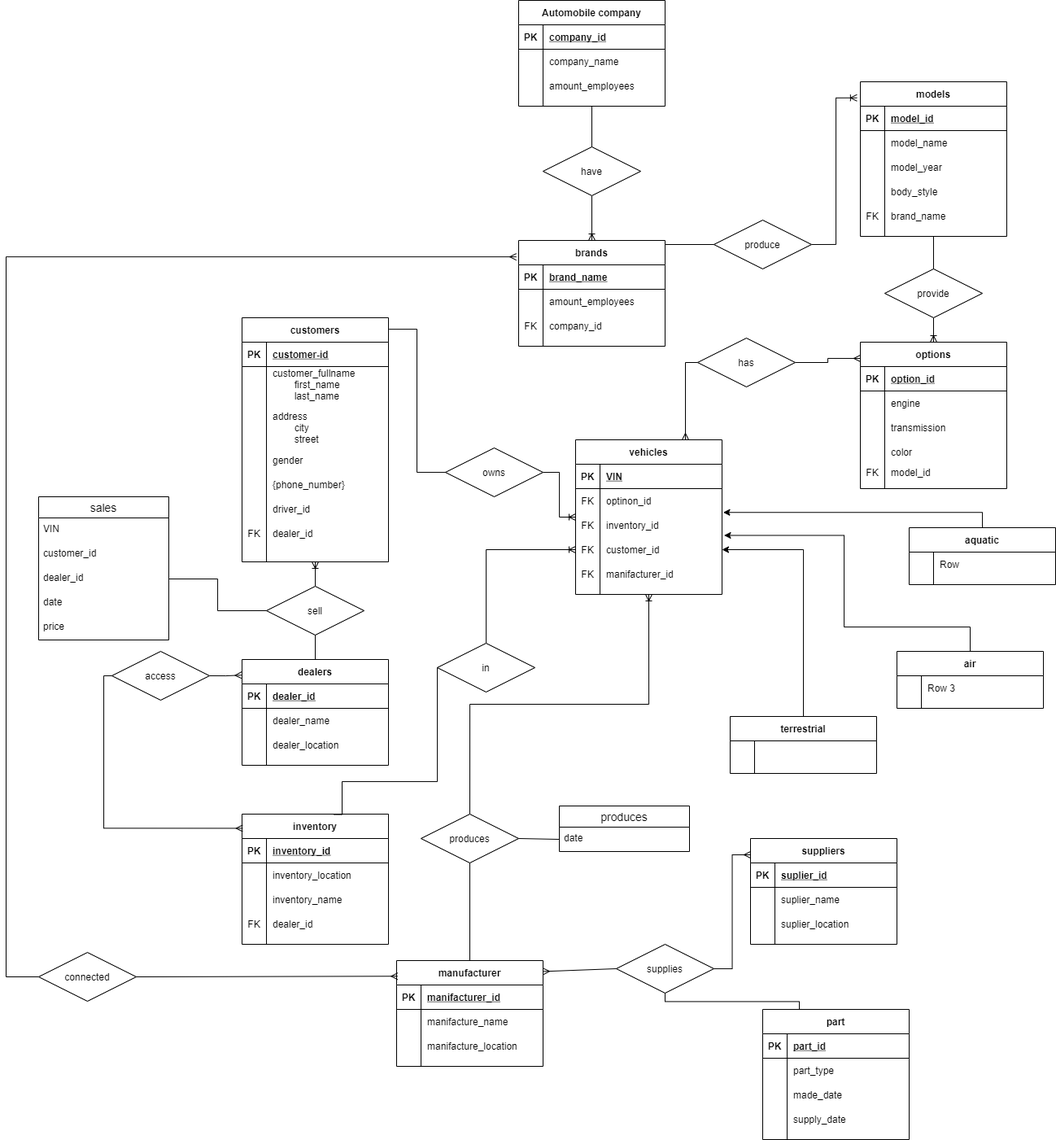
Above: Project/Project.drawio.png in dari-kayoo/Database (draw.io), before the change. Source tidied: cells renumbered, new cells last; positions are measured from the earlier drawing's top-left corner, leaving out a move shared by most shapes.
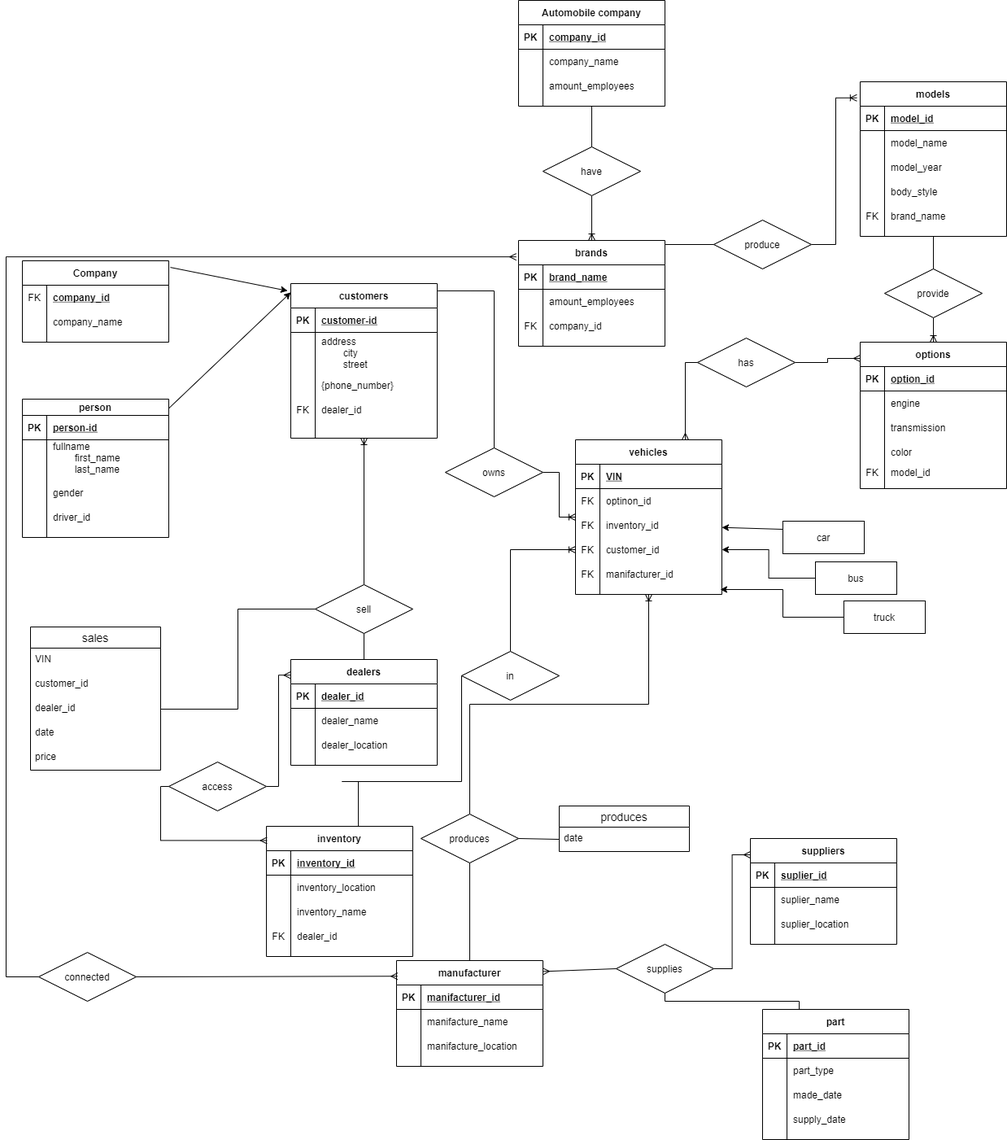
Later version of the same file.

The edit, as a diff of the source:
```diff
@@ -177,7 +177,7 @@
       <mxGeometry x="30" width="150" height="20" as="geometry" />
     </mxCell>
     <mxCell id="60" value="dealers" style="shape=table;startSize=30;rowLines=0;fontStyle=1;align=center;" parent="1" vertex="1">
-      <mxGeometry x="290" y="810" width="180" height="130" as="geometry" />
+      <mxGeometry x="350" y="810" width="180" height="130" as="geometry" />
     </mxCell>
     <mxCell id="61" style="shape=partialRectangle;fillColor=none;top=0;left=0;bottom=1;right=0;" parent="60" vertex="1">
       <mxGeometry y="30" width="180" height="30" as="geometry" />
@@ -207,7 +207,7 @@
       <mxGeometry x="30" width="150" height="30" as="geometry" />
     </mxCell>
     <mxCell id="70" value="customers" style="shape=table;startSize=30;rowLines=0;fontStyle=1;align=center;" parent="1" vertex="1">
-      <mxGeometry x="290" y="390" width="180" height="300" as="geometry" />
+      <mxGeometry x="350" y="348" width="180" height="190" as="geometry" />
     </mxCell>
     <mxCell id="71" style="shape=partialRectangle;fillColor=none;top=0;left=0;bottom=1;right=0;" parent="70" vertex="1">
       <mxGeometry y="30" width="180" height="30" as="geometry" />
@@ -218,17 +218,8 @@
     <mxCell id="73" value="customer-id" style="shape=partialRectangle;fillColor=none;top=0;left=0;bottom=0;right=0;align=left;spacingLeft=6;fontStyle=5;overflow=hidden;" parent="71" vertex="1">
       <mxGeometry x="30" width="150" height="30" as="geometry" />
     </mxCell>
-    <mxCell id="74" style="shape=partialRectangle;fillColor=none;top=0;left=0;bottom=0;right=0;" parent="70" vertex="1">
-      <mxGeometry y="60" width="180" height="50" as="geometry" />
-    </mxCell>
-    <mxCell id="75" style="shape=partialRectangle;fillColor=none;top=0;left=0;bottom=0;right=0;overflow=hidden;" parent="74" vertex="1">
-      <mxGeometry width="30" height="50" as="geometry" />
-    </mxCell>
-    <mxCell id="76" value="customer_fullname&#10;        first_name&#10;        last_name&#10;" style="shape=partialRectangle;fillColor=none;top=0;left=0;bottom=0;right=0;align=left;spacingLeft=6;overflow=hidden;" parent="74" vertex="1">
-      <mxGeometry x="30" width="150" height="50" as="geometry" />
-    </mxCell>
     <mxCell id="77" style="shape=partialRectangle;fillColor=none;top=0;left=0;bottom=0;right=0;" parent="70" vertex="1">
-      <mxGeometry y="110" width="180" height="50" as="geometry" />
+      <mxGeometry y="60" width="180" height="50" as="geometry" />
     </mxCell>
     <mxCell id="78" style="shape=partialRectangle;fillColor=none;top=0;left=0;bottom=0;right=0;overflow=hidden;" parent="77" vertex="1">
       <mxGeometry width="30" height="50" as="geometry" />
@@ -236,17 +227,8 @@
     <mxCell id="79" value="address&#10;        city&#10;        street" style="shape=partialRectangle;fillColor=none;top=0;left=0;bottom=0;right=0;align=left;spacingLeft=6;overflow=hidden;" parent="77" vertex="1">
       <mxGeometry x="30" width="150" height="50" as="geometry" />
     </mxCell>
-    <mxCell id="80" style="shape=partialRectangle;fillColor=none;top=0;left=0;bottom=0;right=0;" parent="70" vertex="1">
-      <mxGeometry y="160" width="180" height="30" as="geometry" />
-    </mxCell>
-    <mxCell id="81" style="shape=partialRectangle;fillColor=none;top=0;left=0;bottom=0;right=0;overflow=hidden;" parent="80" vertex="1">
-      <mxGeometry width="30" height="30" as="geometry" />
-    </mxCell>
-    <mxCell id="82" value="gender" style="shape=partialRectangle;fillColor=none;top=0;left=0;bottom=0;right=0;align=left;spacingLeft=6;overflow=hidden;" parent="80" vertex="1">
-      <mxGeometry x="30" width="150" height="30" as="geometry" />
-    </mxCell>
     <mxCell id="83" style="shape=partialRectangle;fillColor=none;top=0;left=0;bottom=0;right=0;" parent="70" vertex="1">
-      <mxGeometry y="190" width="180" height="30" as="geometry" />
+      <mxGeometry y="110" width="180" height="30" as="geometry" />
     </mxCell>
     <mxCell id="84" style="shape=partialRectangle;fillColor=none;top=0;left=0;bottom=0;right=0;overflow=hidden;" parent="83" vertex="1">
       <mxGeometry width="30" height="30" as="geometry" />
@@ -254,17 +236,8 @@
     <mxCell id="85" value="{phone_number}" style="shape=partialRectangle;fillColor=none;top=0;left=0;bottom=0;right=0;align=left;spacingLeft=6;overflow=hidden;" parent="83" vertex="1">
       <mxGeometry x="30" width="150" height="30" as="geometry" />
     </mxCell>
-    <mxCell id="86" style="shape=partialRectangle;fillColor=none;top=0;left=0;bottom=0;right=0;" parent="70" vertex="1">
-      <mxGeometry y="220" width="180" height="30" as="geometry" />
-    </mxCell>
-    <mxCell id="87" style="shape=partialRectangle;fillColor=none;top=0;left=0;bottom=0;right=0;overflow=hidden;" parent="86" vertex="1">
-      <mxGeometry width="30" height="30" as="geometry" />
-    </mxCell>
-    <mxCell id="88" value="driver_id" style="shape=partialRectangle;fillColor=none;top=0;left=0;bottom=0;right=0;align=left;spacingLeft=6;overflow=hidden;" parent="86" vertex="1">
-      <mxGeometry x="30" width="150" height="30" as="geometry" />
-    </mxCell>
     <mxCell id="89" style="shape=partialRectangle;fillColor=none;top=0;left=0;bottom=0;right=0;" parent="70" vertex="1">
-      <mxGeometry y="250" width="180" height="30" as="geometry" />
+      <mxGeometry y="140" width="180" height="30" as="geometry" />
     </mxCell>
     <mxCell id="90" value="FK" style="shape=partialRectangle;fillColor=none;top=0;left=0;bottom=0;right=0;fontStyle=0;overflow=hidden;" parent="89" vertex="1">
       <mxGeometry width="30" height="30" as="geometry" />
@@ -413,7 +386,7 @@
       <mxGeometry relative="1" as="geometry" />
     </mxCell>
     <mxCell id="138" value="sell" style="shape=rhombus;perimeter=rhombusPerimeter;whiteSpace=wrap;html=1;align=center;" parent="1" vertex="1">
-      <mxGeometry x="320" y="720" width="120" height="60" as="geometry" />
+      <mxGeometry x="380" y="718" width="120" height="60" as="geometry" />
     </mxCell>
     <mxCell id="139" style="fontSize=12;html=1;endArrow=none;rounded=0;exitX=0.5;exitY=0;exitDx=0;exitDy=0;entryX=0.5;entryY=1;entryDx=0;entryDy=0;" parent="1" edge="1" source="60" target="138">
       <mxGeometry relative="1" as="geometry" />
@@ -451,7 +424,7 @@
       <mxGeometry relative="1" as="geometry" />
     </mxCell>
     <mxCell id="149" value="inventory" style="shape=table;startSize=30;rowLines=0;fontStyle=1;align=center;" parent="1" vertex="1">
-      <mxGeometry x="290" y="1000" width="180" height="160" as="geometry" />
+      <mxGeometry x="320" y="1015" width="180" height="160" as="geometry" />
     </mxCell>
     <mxCell id="150" style="shape=partialRectangle;fillColor=none;top=0;left=0;bottom=1;right=0;" parent="149" vertex="1">
       <mxGeometry y="30" width="180" height="30" as="geometry" />
@@ -493,7 +466,7 @@
       <mxGeometry relative="1" as="geometry" />
     </mxCell>
     <mxCell id="163" value="in" style="shape=rhombus;perimeter=rhombusPerimeter;whiteSpace=wrap;html=1;align=center;" parent="1" vertex="1">
-      <mxGeometry x="530" y="790" width="120" height="60" as="geometry" />
+      <mxGeometry x="560" y="800" width="120" height="60" as="geometry" />
     </mxCell>
     <mxCell id="164" style="edgeStyle=orthogonalEdgeStyle;fontSize=12;html=1;endArrow=none;rounded=0;entryX=0;entryY=0.5;entryDx=0;entryDy=0;exitX=0.628;exitY=0.003;exitDx=0;exitDy=0;exitPerimeter=0;" parent="1" edge="1" source="149" target="163">
       <mxGeometry relative="1" as="geometry">
@@ -507,7 +480,7 @@
       <mxGeometry relative="1" as="geometry" />
     </mxCell>
     <mxCell id="166" value="access" style="shape=rhombus;perimeter=rhombusPerimeter;whiteSpace=wrap;html=1;align=center;" parent="1" vertex="1">
-      <mxGeometry x="130" y="800" width="120" height="60" as="geometry" />
+      <mxGeometry x="200" y="936" width="120" height="60" as="geometry" />
     </mxCell>
     <mxCell id="167" style="edgeStyle=orthogonalEdgeStyle;fontSize=12;html=1;endArrow=none;startArrow=ERmany;rounded=0;entryX=0;entryY=0.5;entryDx=0;entryDy=0;exitX=0.004;exitY=0.109;exitDx=0;exitDy=0;exitPerimeter=0;" parent="1" edge="1" source="149" target="166">
       <mxGeometry relative="1" as="geometry" />
@@ -564,7 +537,7 @@
       <mxGeometry relative="1" as="geometry" />
     </mxCell>
     <mxCell id="185" value="sales" style="swimlane;fontStyle=0;horizontal=1;startSize=26;align=center;fontSize=14;" parent="1" vertex="1">
-      <mxGeometry x="40" y="610" width="160" height="176" as="geometry" />
+      <mxGeometry x="30" y="770" width="160" height="176" as="geometry" />
     </mxCell>
     <mxCell id="186" value="VIN" style="text;strokeColor=none;fillColor=none;spacingLeft=4;spacingRight=4;overflow=hidden;fontSize=12;" parent="185" vertex="1">
       <mxGeometry y="26" width="160" height="30" as="geometry" />
@@ -584,60 +557,89 @@
     <mxCell id="191" style="endArrow=none;html=1;rounded=0;elbow=vertical;exitX=1;exitY=0.5;exitDx=0;exitDy=0;entryX=0;entryY=0.5;entryDx=0;entryDy=0;edgeStyle=orthogonalEdgeStyle;" parent="1" edge="1" source="188" target="138">
       <mxGeometry relative="1" as="geometry" />
     </mxCell>
-    <mxCell id="192" style="edgeStyle=orthogonalEdgeStyle;rounded=0;jettySize=auto;html=1;exitX=0.5;exitY=0;exitDx=0;exitDy=0;entryX=1.008;entryY=-0.025;entryDx=0;entryDy=0;entryPerimeter=0;" parent="1" edge="1" source="193" target="9">
-      <mxGeometry relative="1" as="geometry">
-        <Array as="points">
-          <mxPoint x="1200" y="629" />
-        </Array>
-      </mxGeometry>
-    </mxCell>
-    <mxCell id="193" value="aquatic" style="shape=table;startSize=30;rowLines=0;fontStyle=1;align=center;" parent="1" vertex="1">
-      <mxGeometry x="1110" y="648" width="180" height="70" as="geometry" />
-    </mxCell>
-    <mxCell id="194" style="shape=partialRectangle;fillColor=none;top=0;left=0;bottom=0;right=0;" parent="193" vertex="1">
-      <mxGeometry y="30" width="180" height="30" as="geometry" />
-    </mxCell>
-    <mxCell id="195" style="shape=partialRectangle;fillColor=none;top=0;left=0;bottom=0;right=0;overflow=hidden;" parent="194" vertex="1">
-      <mxGeometry width="30" height="30" as="geometry" />
-    </mxCell>
-    <mxCell id="196" value="Row" style="shape=partialRectangle;fillColor=none;top=0;left=0;bottom=0;right=0;align=left;spacingLeft=6;overflow=hidden;" parent="194" vertex="1">
-      <mxGeometry x="30" width="150" height="30" as="geometry" />
-    </mxCell>
-    <mxCell id="197" style="edgeStyle=orthogonalEdgeStyle;rounded=0;jettySize=auto;html=1;exitX=0.5;exitY=0;exitDx=0;exitDy=0;entryX=1;entryY=0.5;entryDx=0;entryDy=0;" parent="1" edge="1" source="198" target="12">
-      <mxGeometry relative="1" as="geometry" />
-    </mxCell>
-    <mxCell id="198" value="terrestrial" style="shape=table;startSize=30;rowLines=0;fontStyle=1;align=center;" parent="1" vertex="1">
-      <mxGeometry x="890" y="880" width="180" height="70" as="geometry" />
-    </mxCell>
-    <mxCell id="199" style="shape=partialRectangle;fillColor=none;top=0;left=0;bottom=0;right=0;" parent="198" vertex="1">
-      <mxGeometry y="30" width="180" height="30" as="geometry" />
-    </mxCell>
-    <mxCell id="200" style="shape=partialRectangle;fillColor=none;top=0;left=0;bottom=0;right=0;overflow=hidden;" parent="199" vertex="1">
-      <mxGeometry width="30" height="30" as="geometry" />
-    </mxCell>
-    <mxCell id="201" style="shape=partialRectangle;fillColor=none;top=0;left=0;bottom=0;right=0;align=left;spacingLeft=6;overflow=hidden;" parent="199" vertex="1">
-      <mxGeometry x="30" width="150" height="30" as="geometry" />
-    </mxCell>
-    <mxCell id="202" style="edgeStyle=orthogonalEdgeStyle;rounded=0;jettySize=auto;html=1;exitX=0.5;exitY=0;exitDx=0;exitDy=0;entryX=1.014;entryY=-0.084;entryDx=0;entryDy=0;entryPerimeter=0;" parent="1" edge="1" source="203" target="12">
-      <mxGeometry relative="1" as="geometry">
-        <Array as="points">
-          <mxPoint x="1185" y="770" />
-          <mxPoint x="1030" y="770" />
-          <mxPoint x="1030" y="657" />
-        </Array>
-      </mxGeometry>
-    </mxCell>
-    <mxCell id="203" value="air" style="shape=table;startSize=30;rowLines=0;fontStyle=1;align=center;" parent="1" vertex="1">
-      <mxGeometry x="1095" y="800" width="180" height="70" as="geometry" />
-    </mxCell>
-    <mxCell id="204" style="shape=partialRectangle;fillColor=none;top=0;left=0;bottom=0;right=0;" parent="203" vertex="1">
-      <mxGeometry y="30" width="180" height="30" as="geometry" />
-    </mxCell>
-    <mxCell id="205" style="shape=partialRectangle;fillColor=none;top=0;left=0;bottom=0;right=0;overflow=hidden;" parent="204" vertex="1">
-      <mxGeometry width="30" height="30" as="geometry" />
-    </mxCell>
-    <mxCell id="206" value="Row 3" style="shape=partialRectangle;fillColor=none;top=0;left=0;bottom=0;right=0;align=left;spacingLeft=6;overflow=hidden;" parent="204" vertex="1">
-      <mxGeometry x="30" width="150" height="30" as="geometry" />
-    </mxCell>
+    <mxCell id="207" value="Company" style="shape=table;startSize=30;rowLines=0;fontStyle=1;align=center;" parent="1" vertex="1">
+      <mxGeometry x="20" y="320" width="180" height="100" as="geometry" />
+    </mxCell>
+    <mxCell id="208" style="shape=partialRectangle;fillColor=none;top=0;left=0;bottom=0;right=0;" parent="207" vertex="1">
+      <mxGeometry y="30" width="180" height="30" as="geometry" />
+    </mxCell>
+    <mxCell id="209" value="FK" style="shape=partialRectangle;fillColor=none;top=0;left=0;bottom=0;right=0;fontStyle=0;overflow=hidden;" parent="208" vertex="1">
+      <mxGeometry width="30" height="30" as="geometry" />
+    </mxCell>
+    <mxCell id="210" value="company_id" style="shape=partialRectangle;fillColor=none;top=0;left=0;bottom=0;right=0;align=left;spacingLeft=6;fontStyle=5;overflow=hidden;" parent="208" vertex="1">
+      <mxGeometry x="30" width="150" height="30" as="geometry" />
+    </mxCell>
+    <mxCell id="211" style="shape=partialRectangle;fillColor=none;top=0;left=0;bottom=0;right=0;" parent="207" vertex="1">
+      <mxGeometry y="60" width="180" height="30" as="geometry" />
+    </mxCell>
+    <mxCell id="212" style="shape=partialRectangle;fillColor=none;top=0;left=0;bottom=0;right=0;overflow=hidden;" parent="211" vertex="1">
+      <mxGeometry width="30" height="30" as="geometry" />
+    </mxCell>
+    <mxCell id="213" value="company_name" style="shape=partialRectangle;fillColor=none;top=0;left=0;bottom=0;right=0;align=left;spacingLeft=6;overflow=hidden;" parent="211" vertex="1">
+      <mxGeometry x="30" width="150" height="30" as="geometry" />
+    </mxCell>
+    <mxCell id="214" style="edgeStyle=none;rounded=0;jettySize=auto;html=1;entryX=-0.022;entryY=0.047;entryDx=0;entryDy=0;entryPerimeter=0;exitX=1.011;exitY=0.081;exitDx=0;exitDy=0;exitPerimeter=0;" parent="1" edge="1" source="207" target="70">
+      <mxGeometry relative="1" as="geometry" />
+    </mxCell>
+    <mxCell id="215" style="edgeStyle=none;rounded=0;jettySize=auto;html=1;exitX=1;exitY=0.067;exitDx=0;exitDy=0;exitPerimeter=0;entryX=0;entryY=0.057;entryDx=0;entryDy=0;entryPerimeter=0;" parent="1" edge="1" source="216" target="70">
+      <mxGeometry relative="1" as="geometry" />
+    </mxCell>
+    <mxCell id="216" value="person" style="shape=table;startSize=20;rowLines=0;fontStyle=1;align=center;" parent="1" vertex="1">
+      <mxGeometry x="20" y="490" width="180" height="170" as="geometry" />
+    </mxCell>
+    <mxCell id="217" style="shape=partialRectangle;fillColor=none;top=0;left=0;bottom=1;right=0;" parent="216" vertex="1">
+      <mxGeometry y="20" width="180" height="30" as="geometry" />
+    </mxCell>
+    <mxCell id="218" value="PK" style="shape=partialRectangle;fillColor=none;top=0;left=0;bottom=0;right=0;fontStyle=1;overflow=hidden;" parent="217" vertex="1">
+      <mxGeometry width="30" height="30" as="geometry" />
+    </mxCell>
+    <mxCell id="219" value="person-id" style="shape=partialRectangle;fillColor=none;top=0;left=0;bottom=0;right=0;align=left;spacingLeft=6;fontStyle=5;overflow=hidden;" parent="217" vertex="1">
+      <mxGeometry x="30" width="150" height="30" as="geometry" />
+    </mxCell>
+    <mxCell id="220" style="shape=partialRectangle;fillColor=none;top=0;left=0;bottom=0;right=0;" parent="216" vertex="1">
+      <mxGeometry y="50" width="180" height="50" as="geometry" />
+    </mxCell>
+    <mxCell id="75" style="shape=partialRectangle;fillColor=none;top=0;left=0;bottom=0;right=0;overflow=hidden;" parent="220" vertex="1">
+      <mxGeometry width="30" height="50" as="geometry" />
+    </mxCell>
+    <mxCell id="221" value="fullname&#10;        first_name&#10;        last_name&#10;" style="shape=partialRectangle;fillColor=none;top=0;left=0;bottom=0;right=0;align=left;spacingLeft=6;overflow=hidden;" parent="220" vertex="1">
+      <mxGeometry x="30" width="150" height="50" as="geometry" />
+    </mxCell>
+    <mxCell id="222" style="shape=partialRectangle;fillColor=none;top=0;left=0;bottom=0;right=0;" parent="216" vertex="1">
+      <mxGeometry y="100" width="180" height="30" as="geometry" />
+    </mxCell>
+    <mxCell id="223" style="shape=partialRectangle;fillColor=none;top=0;left=0;bottom=0;right=0;overflow=hidden;" parent="222" vertex="1">
+      <mxGeometry width="30" height="30" as="geometry" />
+    </mxCell>
+    <mxCell id="82" value="gender" style="shape=partialRectangle;fillColor=none;top=0;left=0;bottom=0;right=0;align=left;spacingLeft=6;overflow=hidden;" parent="222" vertex="1">
+      <mxGeometry x="30" width="150" height="30" as="geometry" />
+    </mxCell>
+    <mxCell id="224" style="shape=partialRectangle;fillColor=none;top=0;left=0;bottom=0;right=0;" parent="216" vertex="1">
+      <mxGeometry y="130" width="180" height="30" as="geometry" />
+    </mxCell>
+    <mxCell id="225" style="shape=partialRectangle;fillColor=none;top=0;left=0;bottom=0;right=0;overflow=hidden;" parent="224" vertex="1">
+      <mxGeometry width="30" height="30" as="geometry" />
+    </mxCell>
+    <mxCell id="88" value="driver_id" style="shape=partialRectangle;fillColor=none;top=0;left=0;bottom=0;right=0;align=left;spacingLeft=6;overflow=hidden;" parent="224" vertex="1">
+      <mxGeometry x="30" width="150" height="30" as="geometry" />
+    </mxCell>
+    <mxCell id="226" style="edgeStyle=orthogonalEdgeStyle;rounded=0;jettySize=auto;html=1;exitX=0;exitY=0.5;exitDx=0;exitDy=0;entryX=0.989;entryY=1.133;entryDx=0;entryDy=0;entryPerimeter=0;" parent="1" edge="1" source="227" target="15">
+      <mxGeometry relative="1" as="geometry" />
+    </mxCell>
+    <mxCell id="227" value="truck" style="whiteSpace=wrap;html=1;align=center;" parent="1" vertex="1">
+      <mxGeometry x="1030" y="738" width="100" height="40" as="geometry" />
+    </mxCell>
+    <mxCell id="228" style="edgeStyle=orthogonalEdgeStyle;rounded=0;jettySize=auto;html=1;exitX=0;exitY=0.5;exitDx=0;exitDy=0;entryX=1;entryY=0.5;entryDx=0;entryDy=0;" parent="1" edge="1" source="229" target="12">
+      <mxGeometry relative="1" as="geometry" />
+    </mxCell>
+    <mxCell id="229" value="bus" style="whiteSpace=wrap;html=1;align=center;" parent="1" vertex="1">
+      <mxGeometry x="995" y="690" width="100" height="40" as="geometry" />
+    </mxCell>
+    <mxCell id="230" style="rounded=0;jettySize=auto;html=1;exitX=0;exitY=0.25;exitDx=0;exitDy=0;" parent="1" edge="1" source="231" target="9">
+      <mxGeometry relative="1" as="geometry" />
+    </mxCell>
+    <mxCell id="231" value="car" style="whiteSpace=wrap;html=1;align=center;" parent="1" vertex="1">
+      <mxGeometry x="955" y="640" width="100" height="40" as="geometry" />
+    </mxCell>
   </root>
 </mxGraphModel>
```
